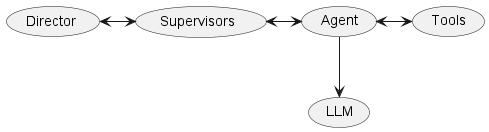
This is assets/goal-bot/ChainOfCommand.png from WaitThatShouldntWork/InferGPT, a PlantUML export, as it was before one commit. The source it was exported from:
```plantuml
@startuml ChainOfCommand

(Director) <-> (Supervisors)
(Supervisors) <-> (Agent)
(Agent) <-> (Tools)
(Agent) --> (LLM)

@enduml
```
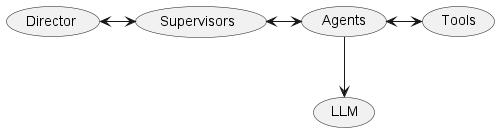
Above is the later version.

Commit message:
Update chain-of-command diagram

The edit, as a diff of the source:
```diff
@@ -1,8 +1,8 @@
 @startuml ChainOfCommand
 
 (Director) <-> (Supervisors)
-(Supervisors) <-> (Agent)
-(Agent) <-> (Tools)
-(Agent) --> (LLM)
+(Supervisors) <-> (Agents)
+(Agents) <-> (Tools)
+(Agents) --> (LLM)
 
 @enduml
```
